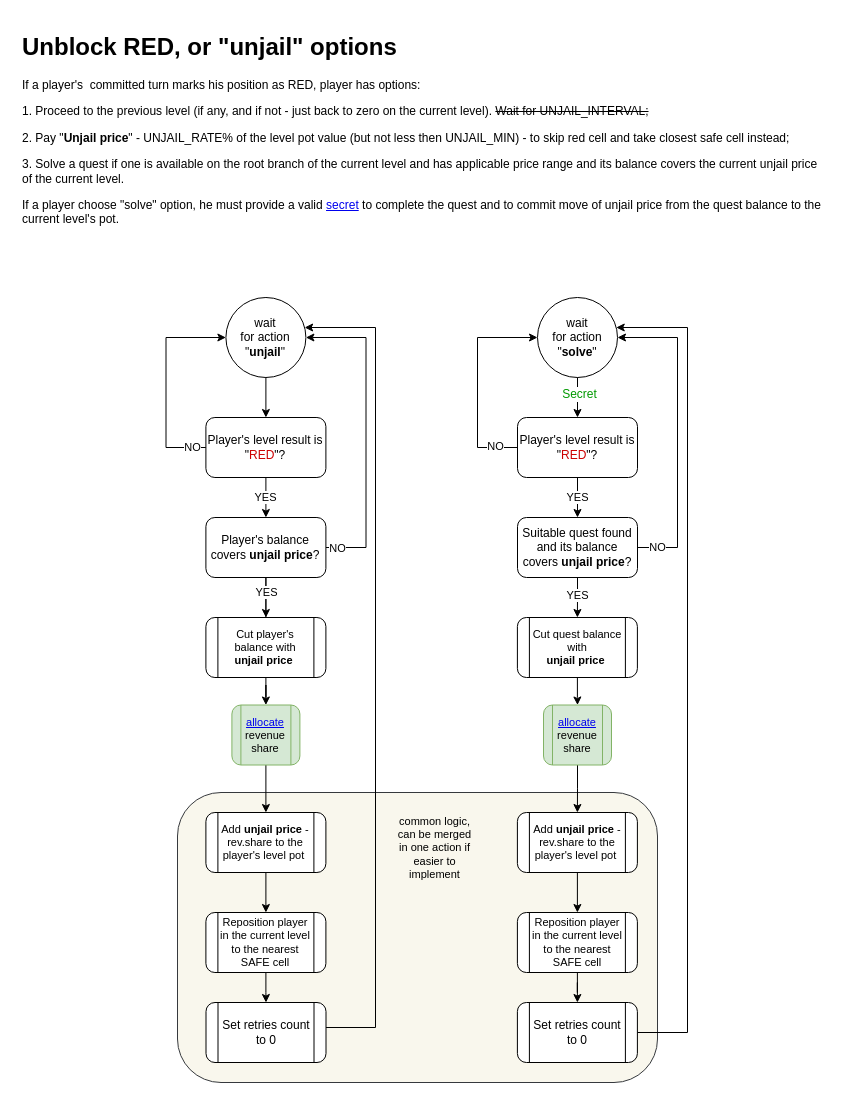
This is page "unjail" (9 of 14) of ia/WOFFLER IA.drawio from cptn-solo/woffler_contract, a draw.io file, before an edit. Source tidied: cells renumbered, new cells numbered last; positions are measured from the earlier drawing's top-left corner, leaving out a move shared by most shapes. Both pictures are drawn from the tidied source at 100%, with x=0, y=0 at pixel (17, 27).
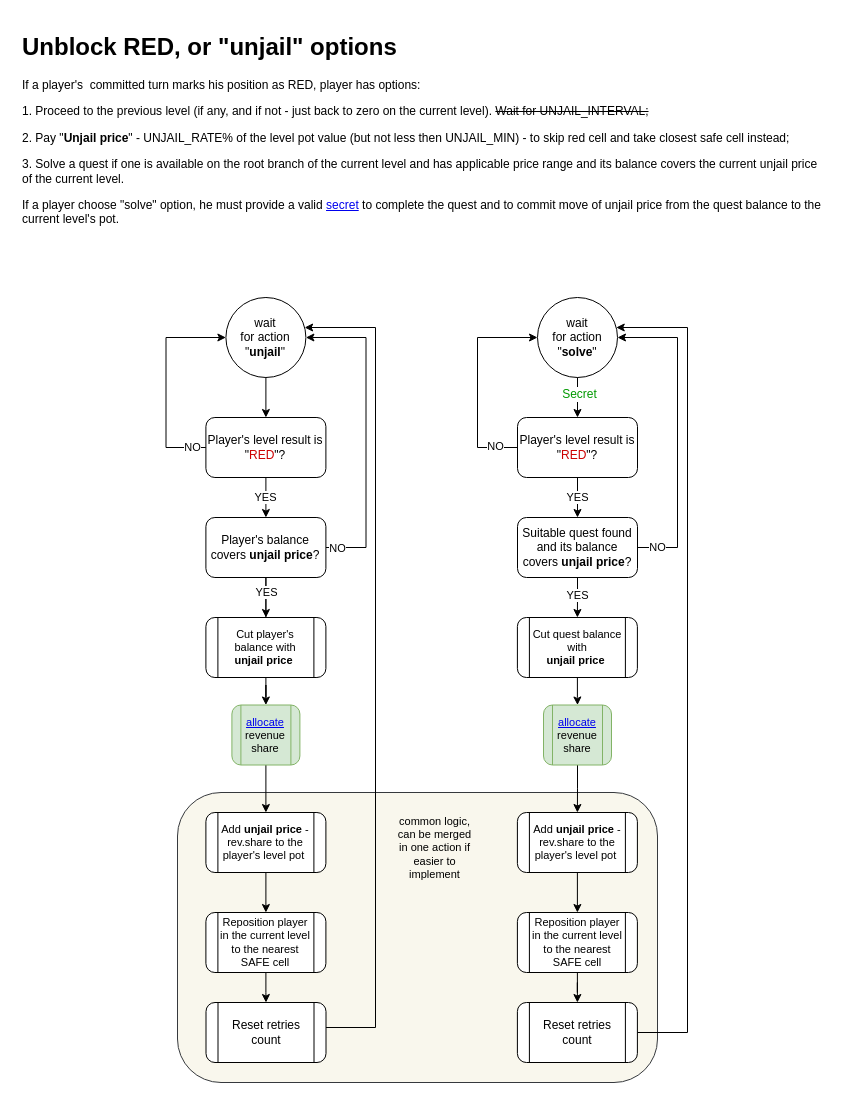
Above is the later version.

What changed in the source:
```diff
@@
-    <mxCell id="24" value="Set retries count to 0" style="shape=process;rounded=1;whiteSpace=wrap;html=1;shadow=0;glass=0;strokeColor=#000000;align=center;" parent="1" vertex="1">
+    <mxCell id="24" value="Reset retries count" style="shape=process;rounded=1;whiteSpace=wrap;html=1;shadow=0;glass=0;strokeColor=#000000;align=center;" parent="1" vertex="1">
       <mxGeometry x="188.5" y="975" width="120" height="60" as="geometry" />
     </mxCell>
@@
-    <mxCell id="44" value="Set retries count to 0" style="shape=process;rounded=1;whiteSpace=wrap;html=1;shadow=0;glass=0;strokeColor=#000000;align=center;" parent="1" vertex="1">
+    <mxCell id="44" value="Reset retries count" style="shape=process;rounded=1;whiteSpace=wrap;html=1;shadow=0;glass=0;strokeColor=#000000;align=center;" parent="1" vertex="1">
       <mxGeometry x="499.9" y="975" width="120" height="60" as="geometry" />
     </mxCell>
```
